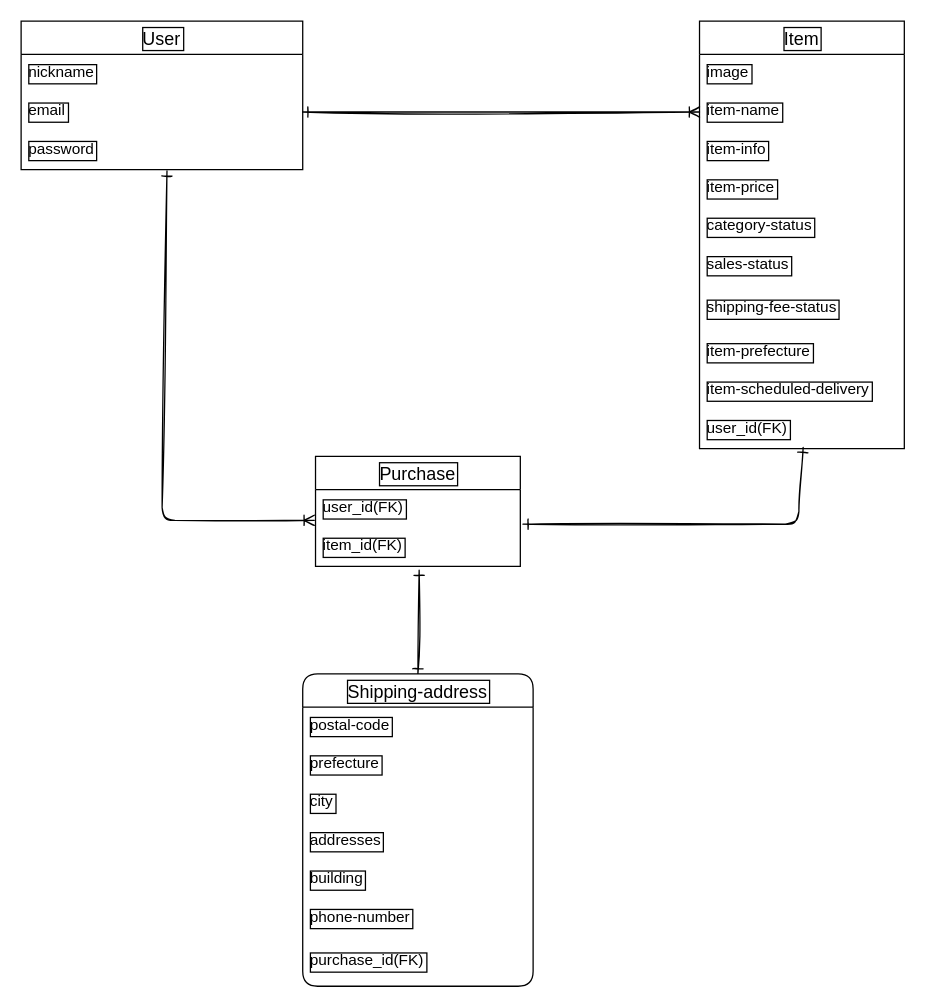
akiyuki-23/furima-38388 keeps this draw.io diagram as furima.dio. Above is the earlier version. Source tidied: cells renumbered, new cells numbered last; positions are measured from the earlier drawing's top-left corner, leaving out a move shared by most shapes. Both pictures are drawn from the tidied source at 128%, with x=0, y=0 at pixel (20, 20).
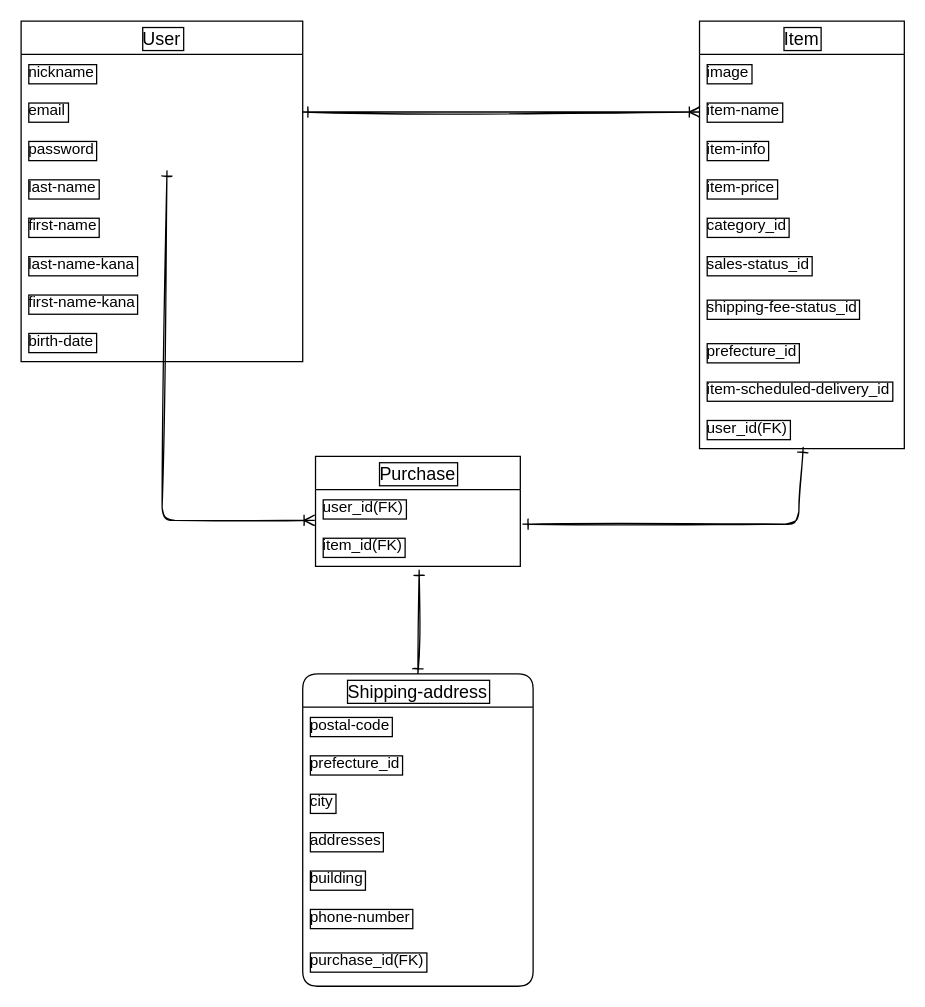
After the change.

The change refers to these unchanged cells:
```xml
<mxCell id="2" value="Item" style="swimlane;fontStyle=0;horizontal=1;startSize=26;align=center;fontSize=14;labelBorderColor=default;" parent="1" vertex="1">
  <mxGeometry x="530" width="160" height="334" as="geometry" />
</mxCell>
<mxCell id="21" value="Shipping-address" style="swimlane;fontStyle=0;horizontal=1;startSize=26;align=center;fontSize=14;labelBorderColor=default;rounded=1;" parent="1" vertex="1">
  <mxGeometry x="220" y="510" width="180" height="244" as="geometry" />
</mxCell>
```

The edit, as a diff of the source:
```diff
@@
-    <mxCell id="7" value="category-status" style="text;strokeColor=none;fillColor=none;spacingLeft=4;spacingRight=4;overflow=hidden;fontSize=12;labelBorderColor=default;" parent="2" vertex="1">
+    <mxCell id="7" value="category_id" style="text;strokeColor=none;fillColor=none;spacingLeft=4;spacingRight=4;overflow=hidden;fontSize=12;labelBorderColor=default;" parent="2" vertex="1">
       <mxGeometry y="146" width="160" height="30" as="geometry" />
     </mxCell>
-    <mxCell id="8" value="sales-status" style="text;strokeColor=none;fillColor=none;spacingLeft=4;spacingRight=4;overflow=hidden;fontSize=12;labelBorderColor=default;" parent="2" vertex="1">
+    <mxCell id="8" value="sales-status_id" style="text;strokeColor=none;fillColor=none;spacingLeft=4;spacingRight=4;overflow=hidden;fontSize=12;labelBorderColor=default;" parent="2" vertex="1">
       <mxGeometry y="176" width="160" height="34" as="geometry" />
     </mxCell>
-    <mxCell id="9" value="shipping-fee-status" style="text;strokeColor=none;fillColor=none;spacingLeft=4;spacingRight=4;overflow=hidden;fontSize=12;labelBorderColor=default;" parent="2" vertex="1">
+    <mxCell id="9" value="shipping-fee-status_id" style="text;strokeColor=none;fillColor=none;spacingLeft=4;spacingRight=4;overflow=hidden;fontSize=12;labelBorderColor=default;" parent="2" vertex="1">
       <mxGeometry y="210" width="160" height="34" as="geometry" />
     </mxCell>
-    <mxCell id="10" value="item-prefecture" style="text;strokeColor=none;fillColor=none;spacingLeft=4;spacingRight=4;overflow=hidden;fontSize=12;labelBorderColor=default;" parent="2" vertex="1">
+    <mxCell id="10" value="prefecture_id" style="text;strokeColor=none;fillColor=none;spacingLeft=4;spacingRight=4;overflow=hidden;fontSize=12;labelBorderColor=default;" parent="2" vertex="1">
       <mxGeometry y="244" width="160" height="30" as="geometry" />
     </mxCell>
-    <mxCell id="11" value="item-scheduled-delivery" style="text;strokeColor=none;fillColor=none;spacingLeft=4;spacingRight=4;overflow=hidden;fontSize=12;labelBorderColor=default;" parent="2" vertex="1">
+    <mxCell id="11" value="item-scheduled-delivery_id" style="text;strokeColor=none;fillColor=none;spacingLeft=4;spacingRight=4;overflow=hidden;fontSize=12;labelBorderColor=default;" parent="2" vertex="1">
       <mxGeometry y="274" width="160" height="30" as="geometry" />
     </mxCell>
@@
     <mxCell id="16" value="User" style="swimlane;fontStyle=0;horizontal=1;startSize=26;align=center;fontSize=14;labelBorderColor=default;" parent="1" vertex="1">
-      <mxGeometry width="220" height="116" as="geometry" />
+      <mxGeometry width="220" height="266" as="geometry" />
     </mxCell>
@@
+    <mxCell id="32" value="last-name" style="text;strokeColor=none;fillColor=none;spacingLeft=4;spacingRight=4;overflow=hidden;fontSize=12;labelBorderColor=default;" parent="16" vertex="1">
+      <mxGeometry y="116" width="220" height="30" as="geometry" />
+    </mxCell>
+    <mxCell id="33" value="first-name" style="text;strokeColor=none;fillColor=none;spacingLeft=4;spacingRight=4;overflow=hidden;fontSize=12;labelBorderColor=default;" parent="16" vertex="1">
+      <mxGeometry y="146" width="220" height="30" as="geometry" />
+    </mxCell>
+    <mxCell id="34" value="last-name-kana" style="text;strokeColor=none;fillColor=none;spacingLeft=4;spacingRight=4;overflow=hidden;fontSize=12;labelBorderColor=default;" parent="16" vertex="1">
+      <mxGeometry y="176" width="220" height="30" as="geometry" />
+    </mxCell>
+    <mxCell id="35" value="first-name-kana" style="text;strokeColor=none;fillColor=none;spacingLeft=4;spacingRight=4;overflow=hidden;fontSize=12;labelBorderColor=default;" parent="16" vertex="1">
+      <mxGeometry y="206" width="220" height="30" as="geometry" />
+    </mxCell>
+    <mxCell id="36" value="birth-date" style="text;strokeColor=none;fillColor=none;spacingLeft=4;spacingRight=4;overflow=hidden;fontSize=12;labelBorderColor=default;" parent="16" vertex="1">
+      <mxGeometry y="236" width="220" height="30" as="geometry" />
+    </mxCell>
@@
-    <mxCell id="23" value="prefecture" style="text;strokeColor=none;fillColor=none;spacingLeft=4;spacingRight=4;overflow=hidden;fontSize=12;labelBorderColor=default;" parent="21" vertex="1">
+    <mxCell id="23" value="prefecture_id" style="text;strokeColor=none;fillColor=none;spacingLeft=4;spacingRight=4;overflow=hidden;fontSize=12;labelBorderColor=default;" parent="21" vertex="1">
       <mxGeometry y="56" width="180" height="30" as="geometry" />
     </mxCell>
```
